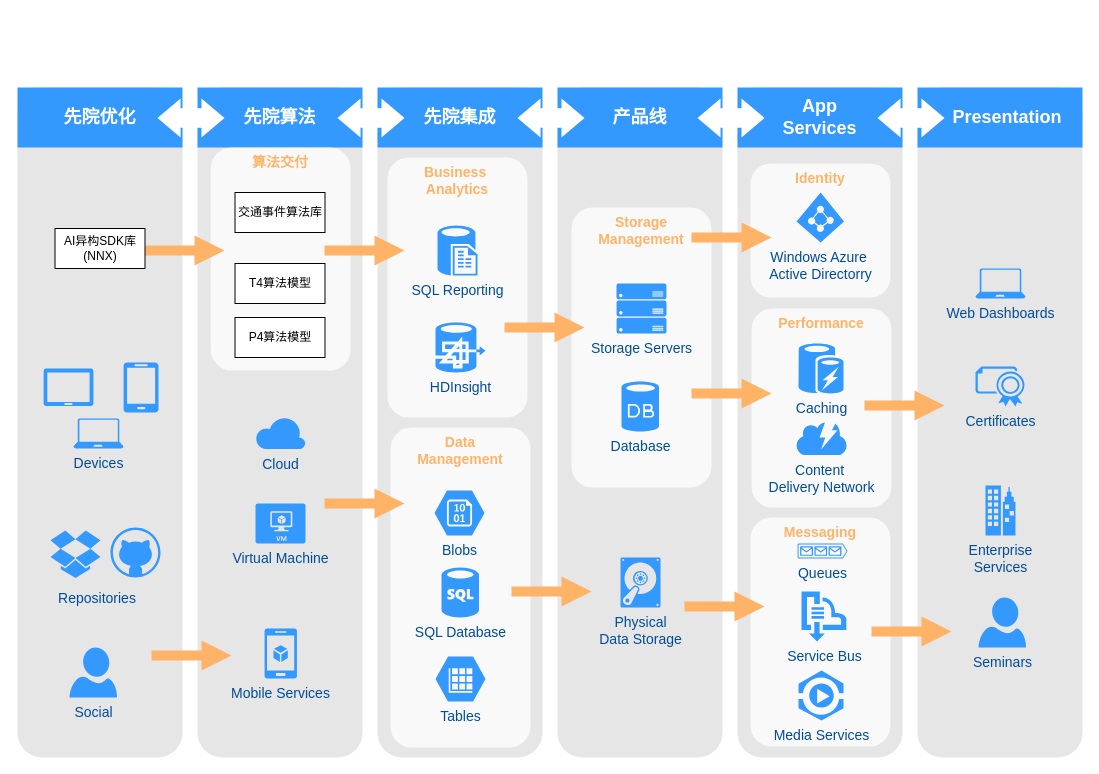
Earlier version of the draw.io diagram zhuanxiang_2.drawio (snowolfhawk/ceph-scripts). Source tidied: cells renumbered, new cells numbered last; positions are measured from the earlier drawing's top-left corner, leaving out a move shared by most shapes. Both pictures are drawn from the tidied source at 100%, with x=0, y=0 at pixel (17, 17).
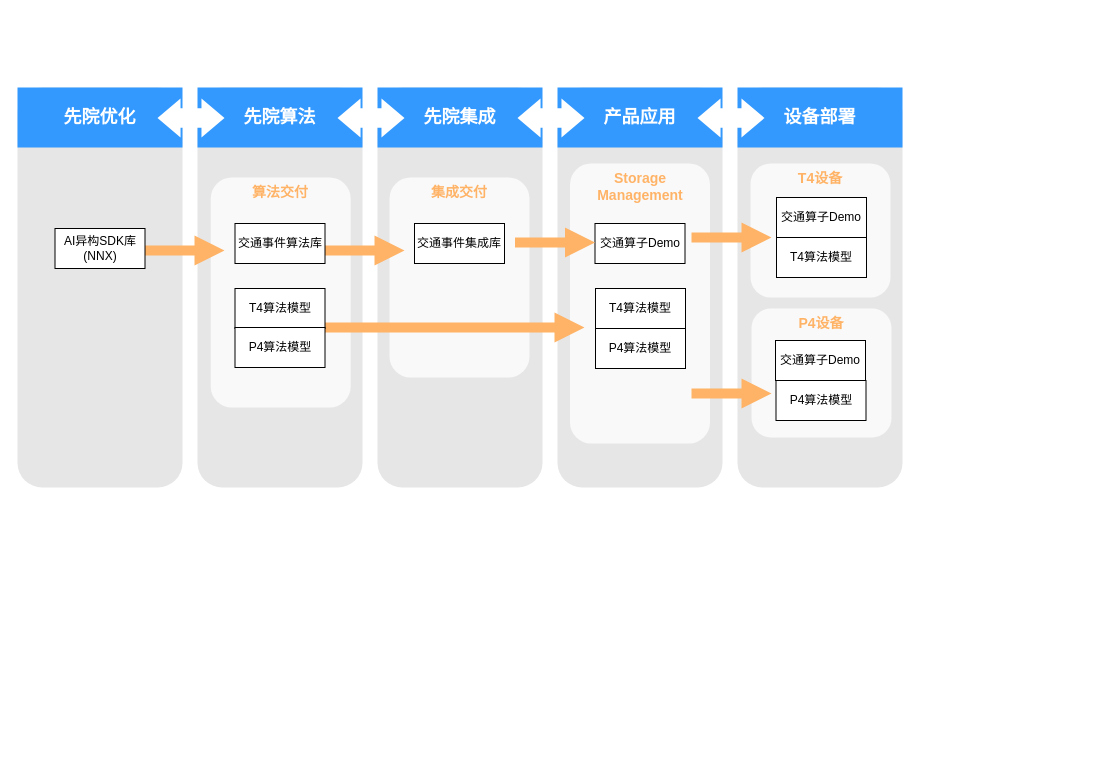
The same page after the edit.

The edit, as a diff of the source:
```diff
@@
+    <mxCell id="4" style="rounded=1;whiteSpace=wrap;html=1;dashed=1;strokeColor=none;strokeWidth=2;fillColor=#E6E6E6;fontFamily=Verdana;fontSize=12;fontColor=#00BEF2;" parent="1" vertex="1">
+      <mxGeometry x="360" y="70" width="165" height="400" as="geometry" />
+    </mxCell>
+    <mxCell id="70" value="集成交付" style="rounded=1;whiteSpace=wrap;html=1;dashed=1;strokeColor=none;strokeWidth=2;fillColor=#FFFFFF;fontFamily=Helvetica;fontSize=14;fontColor=#FFB366;opacity=75;verticalAlign=top;fontStyle=1;" parent="1" vertex="1">
+      <mxGeometry x="372" y="160" width="140" height="200" as="geometry" />
+    </mxCell>
     <mxCell id="2" style="rounded=1;whiteSpace=wrap;html=1;dashed=1;strokeColor=none;strokeWidth=2;fillColor=#E6E6E6;fontFamily=Verdana;fontSize=12;fontColor=#00BEF2;" parent="1" vertex="1">
-      <mxGeometry y="70" width="165" height="670" as="geometry" />
+      <mxGeometry y="70" width="165" height="400" as="geometry" />
     </mxCell>
     <mxCell id="3" style="rounded=1;whiteSpace=wrap;html=1;dashed=1;strokeColor=none;strokeWidth=2;fillColor=#E6E6E6;fontFamily=Verdana;fontSize=12;fontColor=#00BEF2;" parent="1" vertex="1">
-      <mxGeometry x="180" y="70" width="165" height="670" as="geometry" />
+      <mxGeometry x="180" y="70" width="165" height="400" as="geometry" />
     </mxCell>
-    <mxCell id="4" style="rounded=1;whiteSpace=wrap;html=1;dashed=1;strokeColor=none;strokeWidth=2;fillColor=#E6E6E6;fontFamily=Verdana;fontSize=12;fontColor=#00BEF2;" parent="1" vertex="1">
-      <mxGeometry x="360" y="70" width="165" height="670" as="geometry" />
-    </mxCell>
     <mxCell id="5" style="rounded=1;whiteSpace=wrap;html=1;dashed=1;strokeColor=none;strokeWidth=2;fillColor=#E6E6E6;fontFamily=Verdana;fontSize=12;fontColor=#00BEF2;" parent="1" vertex="1">
-      <mxGeometry x="540" y="70" width="165" height="670" as="geometry" />
+      <mxGeometry x="540" y="70" width="165" height="400" as="geometry" />
     </mxCell>
     <mxCell id="6" style="rounded=1;whiteSpace=wrap;html=1;dashed=1;strokeColor=none;strokeWidth=2;fillColor=#E6E6E6;fontFamily=Verdana;fontSize=12;fontColor=#00BEF2;" parent="1" vertex="1">
-      <mxGeometry x="720" y="70" width="165" height="670" as="geometry" />
+      <mxGeometry x="720" y="70" width="165" height="400" as="geometry" />
     </mxCell>
-    <mxCell id="7" style="rounded=1;whiteSpace=wrap;html=1;dashed=1;strokeColor=none;strokeWidth=2;fillColor=#E6E6E6;fontFamily=Verdana;fontSize=12;fontColor=#00BEF2;" parent="1" vertex="1">
-      <mxGeometry x="900" y="70" width="165" height="670" as="geometry" />
-    </mxCell>
@@
-    <mxCell id="11" value="产品线" style="whiteSpace=wrap;html=1;dashed=1;strokeColor=none;strokeWidth=2;fillColor=#3399FF;fontFamily=Helvetica;fontSize=18;fontColor=#FFFFFF;fontStyle=1;" parent="1" vertex="1">
+    <mxCell id="11" value="产品应用" style="whiteSpace=wrap;html=1;dashed=1;strokeColor=none;strokeWidth=2;fillColor=#3399FF;fontFamily=Helvetica;fontSize=18;fontColor=#FFFFFF;fontStyle=1;" parent="1" vertex="1">
       <mxGeometry x="540" y="70" width="165" height="60" as="geometry" />
     </mxCell>
-    <mxCell id="12" value="App&lt;div&gt;Services&lt;/div&gt;" style="whiteSpace=wrap;html=1;dashed=1;strokeColor=none;strokeWidth=2;fillColor=#3399FF;fontFamily=Helvetica;fontSize=18;fontColor=#FFFFFF;fontStyle=1;" parent="1" vertex="1">
+    <mxCell id="12" value="设备部署" style="whiteSpace=wrap;html=1;dashed=1;strokeColor=none;strokeWidth=2;fillColor=#3399FF;fontFamily=Helvetica;fontSize=18;fontColor=#FFFFFF;fontStyle=1;" parent="1" vertex="1">
       <mxGeometry x="720" y="70" width="165" height="60" as="geometry" />
     </mxCell>
-    <mxCell id="13" value="&amp;nbsp; &amp;nbsp;Presentation" style="whiteSpace=wrap;html=1;dashed=1;strokeColor=none;strokeWidth=2;fillColor=#3399FF;fontFamily=Helvetica;fontSize=18;fontColor=#FFFFFF;fontStyle=1;" parent="1" vertex="1">
-      <mxGeometry x="900" y="70" width="165" height="60" as="geometry" />
-    </mxCell>
@@
-    <mxCell id="18" style="shape=mxgraph.arrows.two_way_arrow_horizontal;html=1;verticalLabelPosition=bottom;verticalAlign=top;strokeWidth=2;strokeColor=none;dashed=1;fillColor=#FFFFFF;fontFamily=Verdana;fontSize=12;fontColor=#00BEF2;" parent="1" vertex="1">
-      <mxGeometry x="860" y="81" width="67" height="39" as="geometry" />
-    </mxCell>
-    <mxCell id="19" style="verticalLabelPosition=bottom;html=1;verticalAlign=top;strokeColor=none;fillColor=#3399FF;shape=mxgraph.azure.tablet;dashed=1;fontFamily=Helvetica;fontSize=14;fontColor=#004C99;" parent="1" vertex="1">
-      <mxGeometry x="26" y="351" width="50" height="37.5" as="geometry" />
-    </mxCell>
-    <mxCell id="20" style="verticalLabelPosition=bottom;html=1;verticalAlign=top;strokeColor=none;fillColor=#3399FF;shape=mxgraph.azure.mobile;dashed=1;fontFamily=Helvetica;fontSize=14;fontColor=#004C99;" parent="1" vertex="1">
-      <mxGeometry x="106" y="345" width="35" height="50" as="geometry" />
-    </mxCell>
-    <mxCell id="21" value="Devices" style="verticalLabelPosition=bottom;html=1;verticalAlign=top;strokeColor=none;fillColor=#3399FF;shape=mxgraph.azure.laptop;dashed=1;fontFamily=Helvetica;fontSize=14;fontColor=#004C99;" parent="1" vertex="1">
-      <mxGeometry x="56" y="401" width="50" height="30" as="geometry" />
-    </mxCell>
-    <mxCell id="22" value="Social" style="verticalLabelPosition=bottom;html=1;verticalAlign=top;strokeColor=none;fillColor=#3399FF;shape=mxgraph.azure.user;dashed=1;fontSize=14;fontColor=#004C99;" parent="1" vertex="1">
-      <mxGeometry x="52" y="630" width="47.5" height="50" as="geometry" />
-    </mxCell>
-    <mxCell id="23" style="verticalLabelPosition=bottom;html=1;verticalAlign=top;strokeColor=none;fillColor=#3399FF;shape=mxgraph.azure.github_code;dashed=1;fontSize=14;fontColor=#004C99;" parent="1" vertex="1">
-      <mxGeometry x="93" y="510" width="50" height="50" as="geometry" />
-    </mxCell>
-    <mxCell id="24" style="verticalLabelPosition=bottom;html=1;verticalAlign=top;strokeColor=none;fillColor=#3399FF;shape=mxgraph.azure.dropbox_code_source;dashed=1;fontSize=14;fontColor=#004C99;" parent="1" vertex="1">
-      <mxGeometry x="33" y="513" width="50" height="47.5" as="geometry" />
-    </mxCell>
-    <mxCell id="25" value="Repositories" style="text;html=1;strokeColor=none;fillColor=none;align=center;verticalAlign=middle;whiteSpace=wrap;overflow=hidden;dashed=1;fontSize=14;fontColor=#004C99;" parent="1" vertex="1">
-      <mxGeometry x="20" y="570" width="120" height="20" as="geometry" />
-    </mxCell>
-    <mxCell id="26" value="Mobile Services" style="verticalLabelPosition=bottom;html=1;verticalAlign=top;strokeColor=none;fillColor=#3399FF;shape=mxgraph.azure.mobile_services;dashed=1;fontSize=14;fontColor=#004C99;" parent="1" vertex="1">
-      <mxGeometry x="247" y="611" width="32.5" height="50" as="geometry" />
-    </mxCell>
@@
-    <mxCell id="28" value="Business&amp;nbsp;&lt;div&gt;Analytics&lt;/div&gt;" style="rounded=1;whiteSpace=wrap;html=1;dashed=1;strokeColor=none;strokeWidth=2;fillColor=#FFFFFF;fontFamily=Helvetica;fontSize=14;fontColor=#FFB366;opacity=75;verticalAlign=top;fontStyle=1;" parent="1" vertex="1">
-      <mxGeometry x="370" y="140" width="140" height="260" as="geometry" />
-    </mxCell>
-    <mxCell id="29" value="Data&lt;div&gt;Management&lt;/div&gt;" style="rounded=1;whiteSpace=wrap;html=1;dashed=1;strokeColor=none;strokeWidth=2;fillColor=#FFFFFF;fontFamily=Helvetica;fontSize=14;fontColor=#FFB366;opacity=75;verticalAlign=top;fontStyle=1;" parent="1" vertex="1">
-      <mxGeometry x="373" y="410" width="140" height="320" as="geometry" />
-    </mxCell>
-    <mxCell id="30" value="SQL Reporting" style="verticalLabelPosition=bottom;html=1;verticalAlign=top;strokeColor=none;fillColor=#3399FF;shape=mxgraph.azure.sql_reporting;dashed=1;fontSize=14;fontColor=#004C99;" parent="1" vertex="1">
-      <mxGeometry x="420" y="208" width="40" height="50" as="geometry" />
-    </mxCell>
-    <mxCell id="31" value="HDInsight" style="verticalLabelPosition=bottom;html=1;verticalAlign=top;strokeColor=none;fillColor=#3399FF;shape=mxgraph.azure.hdinsight;dashed=1;fontSize=14;fontColor=#004C99;" parent="1" vertex="1">
-      <mxGeometry x="418" y="305" width="50" height="50" as="geometry" />
-    </mxCell>
-    <mxCell id="32" value="SQL Database" style="verticalLabelPosition=bottom;html=1;verticalAlign=top;strokeColor=none;fillColor=#3399FF;shape=mxgraph.azure.sql_database;dashed=1;fontFamily=Helvetica;fontSize=14;fontColor=#004C99;" parent="1" vertex="1">
-      <mxGeometry x="424" y="550" width="37.5" height="50" as="geometry" />
-    </mxCell>
-    <mxCell id="33" value="Tables" style="verticalLabelPosition=bottom;html=1;verticalAlign=top;strokeColor=none;fillColor=#3399FF;shape=mxgraph.azure.storage_table;dashed=1;fontFamily=Helvetica;fontSize=14;fontColor=#004C99;" parent="1" vertex="1">
-      <mxGeometry x="418" y="639" width="50" height="45" as="geometry" />
-    </mxCell>
-    <mxCell id="34" value="Blobs" style="verticalLabelPosition=bottom;html=1;verticalAlign=top;strokeColor=none;fillColor=#3399FF;shape=mxgraph.azure.storage_blob;dashed=1;fontFamily=Helvetica;fontSize=14;fontColor=#004C99;" parent="1" vertex="1">
-      <mxGeometry x="417" y="473" width="50" height="45" as="geometry" />
-    </mxCell>
     <mxCell id="35" value="Storage Management" style="rounded=1;whiteSpace=wrap;html=1;dashed=1;strokeColor=none;strokeWidth=2;fillColor=#FFFFFF;fontFamily=Helvetica;fontSize=14;fontColor=#FFB366;opacity=75;verticalAlign=top;fontStyle=1;" parent="1" vertex="1">
-      <mxGeometry x="554" y="190" width="140" height="280" as="geometry" />
+      <mxGeometry x="552.5" y="146" width="140" height="280" as="geometry" />
     </mxCell>
-    <mxCell id="36" value="Storage Servers" style="verticalLabelPosition=bottom;html=1;verticalAlign=top;strokeColor=none;fillColor=#3399FF;shape=mxgraph.azure.server_rack;dashed=1;fontFamily=Helvetica;fontSize=14;fontColor=#004C99;" parent="1" vertex="1">
-      <mxGeometry x="599" y="266" width="50" height="50" as="geometry" />
-    </mxCell>
-    <mxCell id="37" value="Database" style="verticalLabelPosition=bottom;html=1;verticalAlign=top;strokeColor=none;fillColor=#3399FF;shape=mxgraph.azure.database;dashed=1;fontFamily=Helvetica;fontSize=14;fontColor=#004C99;" parent="1" vertex="1">
-      <mxGeometry x="604" y="364" width="37.5" height="50" as="geometry" />
-    </mxCell>
-    <mxCell id="38" value="Physical&lt;div&gt;Data Storage&lt;/div&gt;" style="verticalLabelPosition=bottom;html=1;verticalAlign=top;strokeColor=none;fillColor=#3399FF;shape=mxgraph.azure.vhd;dashed=1;fontFamily=Helvetica;fontSize=14;fontColor=#004C99;" parent="1" vertex="1">
-      <mxGeometry x="603" y="540" width="40" height="50" as="geometry" />
-    </mxCell>
-    <mxCell id="39" value="Identity" style="rounded=1;whiteSpace=wrap;html=1;dashed=1;strokeColor=none;strokeWidth=2;fillColor=#FFFFFF;fontFamily=Helvetica;fontSize=14;fontColor=#FFB366;opacity=75;verticalAlign=top;fontStyle=1;" parent="1" vertex="1">
+    <mxCell id="39" value="T4设备" style="rounded=1;whiteSpace=wrap;html=1;dashed=1;strokeColor=none;strokeWidth=2;fillColor=#FFFFFF;fontFamily=Helvetica;fontSize=14;fontColor=#FFB366;opacity=75;verticalAlign=top;fontStyle=1;" parent="1" vertex="1">
       <mxGeometry x="733" y="146" width="140" height="134" as="geometry" />
     </mxCell>
-    <mxCell id="40" value="Windows Azure&amp;nbsp;&lt;div&gt;Active Directorry&lt;/div&gt;" style="verticalLabelPosition=bottom;html=1;verticalAlign=top;strokeColor=none;fillColor=#3399FF;shape=mxgraph.azure.azure_active_directory;dashed=1;fontFamily=Helvetica;fontSize=14;fontColor=#004C99;" parent="1" vertex="1">
-      <mxGeometry x="779" y="175" width="47.5" height="50" as="geometry" />
-    </mxCell>
-    <mxCell id="41" value="Performance" style="rounded=1;whiteSpace=wrap;html=1;dashed=1;strokeColor=none;strokeWidth=2;fillColor=#FFFFFF;fontFamily=Helvetica;fontSize=14;fontColor=#FFB366;opacity=75;verticalAlign=top;fontStyle=1;" parent="1" vertex="1">
-      <mxGeometry x="734" y="291" width="140" height="199" as="geometry" />
+    <mxCell id="41" value="P4设备" style="rounded=1;whiteSpace=wrap;html=1;dashed=1;strokeColor=none;strokeWidth=2;fillColor=#FFFFFF;fontFamily=Helvetica;fontSize=14;fontColor=#FFB366;opacity=75;verticalAlign=top;fontStyle=1;" parent="1" vertex="1">
+      <mxGeometry x="734" y="291" width="140" height="129" as="geometry" />
     </mxCell>
-    <mxCell id="42" value="Caching" style="verticalLabelPosition=bottom;html=1;verticalAlign=top;strokeColor=none;fillColor=#3399FF;shape=mxgraph.azure.azure_cache;dashed=1;fontFamily=Helvetica;fontSize=14;fontColor=#004C99;" parent="1" vertex="1">
-      <mxGeometry x="781" y="326" width="45" height="50" as="geometry" />
-    </mxCell>
-    <mxCell id="43" value="Content&amp;nbsp;&lt;div&gt;Delivery Network&lt;/div&gt;" style="verticalLabelPosition=bottom;html=1;verticalAlign=top;strokeColor=none;fillColor=#3399FF;shape=mxgraph.azure.content_delivery_network;dashed=1;fontFamily=Helvetica;fontSize=14;fontColor=#004C99;" parent="1" vertex="1">
-      <mxGeometry x="779" y="405" width="50" height="32.5" as="geometry" />
-    </mxCell>
-    <mxCell id="44" value="Messaging" style="rounded=1;whiteSpace=wrap;html=1;dashed=1;strokeColor=none;strokeWidth=2;fillColor=#FFFFFF;fontFamily=Helvetica;fontSize=14;fontColor=#FFB366;opacity=75;verticalAlign=top;fontStyle=1;" parent="1" vertex="1">
-      <mxGeometry x="733" y="500" width="140" height="229" as="geometry" />
-    </mxCell>
-    <mxCell id="45" value="Queues" style="verticalLabelPosition=bottom;html=1;verticalAlign=top;strokeColor=none;fillColor=#3399FF;shape=mxgraph.azure.queue_generic;dashed=1;fontFamily=Helvetica;fontSize=14;fontColor=#004C99;" parent="1" vertex="1">
-      <mxGeometry x="780" y="526" width="50" height="15" as="geometry" />
-    </mxCell>
-    <mxCell id="46" value="Service Bus" style="verticalLabelPosition=bottom;html=1;verticalAlign=top;strokeColor=none;fillColor=#3399FF;shape=mxgraph.azure.service_bus;dashed=1;fontFamily=Helvetica;fontSize=14;fontColor=#004C99;" parent="1" vertex="1">
-      <mxGeometry x="784" y="574" width="45" height="50" as="geometry" />
-    </mxCell>
-    <mxCell id="47" value="Media Services" style="verticalLabelPosition=bottom;html=1;verticalAlign=top;strokeColor=none;fillColor=#3399FF;shape=mxgraph.azure.media_service;dashed=1;fontFamily=Helvetica;fontSize=14;fontColor=#004C99;" parent="1" vertex="1">
-      <mxGeometry x="781" y="653" width="45" height="50" as="geometry" />
-    </mxCell>
     <mxCell id="48" value="算法交付" style="rounded=1;whiteSpace=wrap;html=1;dashed=1;strokeColor=none;strokeWidth=2;fillColor=#FFFFFF;fontFamily=Helvetica;fontSize=14;fontColor=#FFB366;opacity=75;verticalAlign=top;fontStyle=1;" parent="1" vertex="1">
-      <mxGeometry x="193.2" y="130" width="140" height="223" as="geometry" />
+      <mxGeometry x="193.2" y="160" width="140" height="230" as="geometry" />
     </mxCell>
-    <mxCell id="49" value="Cloud" style="verticalLabelPosition=bottom;html=1;verticalAlign=top;strokeColor=none;fillColor=#3399FF;shape=mxgraph.azure.cloud;dashed=1;fontSize=14;fontColor=#004C99;" parent="1" vertex="1">
-      <mxGeometry x="238" y="399" width="50" height="32.5" as="geometry" />
-    </mxCell>
-    <mxCell id="50" value="Virtual Machine" style="verticalLabelPosition=bottom;html=1;verticalAlign=top;strokeColor=none;fillColor=#3399FF;shape=mxgraph.azure.virtual_machine;dashed=1;fontSize=14;fontColor=#004C99;" parent="1" vertex="1">
-      <mxGeometry x="238" y="486" width="50" height="40" as="geometry" />
-    </mxCell>
-    <mxCell id="51" value="Web Dashboards" style="verticalLabelPosition=bottom;html=1;verticalAlign=top;strokeColor=none;fillColor=#3399FF;shape=mxgraph.azure.laptop;dashed=1;fontFamily=Helvetica;fontSize=14;fontColor=#004C99;" parent="1" vertex="1">
-      <mxGeometry x="958" y="251" width="50" height="30" as="geometry" />
-    </mxCell>
-    <mxCell id="52" value="Certificates" style="verticalLabelPosition=bottom;html=1;verticalAlign=top;strokeColor=none;fillColor=#3399FF;shape=mxgraph.azure.certificate;dashed=1;fontFamily=Helvetica;fontSize=14;fontColor=#004C99;" parent="1" vertex="1">
-      <mxGeometry x="958" y="349" width="50" height="40" as="geometry" />
-    </mxCell>
-    <mxCell id="53" value="Enterprise&lt;div&gt;Services&lt;/div&gt;" style="verticalLabelPosition=bottom;html=1;verticalAlign=top;strokeColor=none;fillColor=#3399FF;shape=mxgraph.azure.enterprise;dashed=1;fontFamily=Helvetica;fontSize=14;fontColor=#004C99;" parent="1" vertex="1">
-      <mxGeometry x="968" y="468" width="30" height="50" as="geometry" />
-    </mxCell>
-    <mxCell id="54" value="Seminars" style="verticalLabelPosition=bottom;html=1;verticalAlign=top;strokeColor=none;fillColor=#3399FF;shape=mxgraph.azure.user;dashed=1;fontFamily=Helvetica;fontSize=14;fontColor=#004C99;" parent="1" vertex="1">
-      <mxGeometry x="961" y="580" width="47.5" height="50" as="geometry" />
-    </mxCell>
@@
-    <mxCell id="57" style="arrow;html=1;endArrow=block;endFill=1;strokeColor=none;strokeWidth=4;fontFamily=Helvetica;fontSize=36;fontColor=#FFB366;fillColor=#FFB366;" parent="1" edge="1">
+    <mxCell id="57" style="arrow;html=1;endArrow=block;endFill=1;strokeColor=none;strokeWidth=4;fontFamily=Helvetica;fontSize=36;fontColor=#FFB366;fillColor=#FFB366;exitX=1;exitY=0;exitDx=0;exitDy=0;" parent="1" edge="1" source="69">
       <mxGeometry relative="1" as="geometry">
-        <mxPoint x="487" y="310" as="sourcePoint" />
         <mxPoint x="567" y="310" as="targetPoint" />
       </mxGeometry>
     </mxCell>
@@
-    <mxCell id="60" style="arrow;html=1;endArrow=block;endFill=1;strokeColor=none;strokeWidth=4;fontFamily=Helvetica;fontSize=36;fontColor=#FFB366;fillColor=#FFB366;" parent="1" edge="1">
-      <mxGeometry relative="1" as="geometry">
-        <mxPoint x="847" y="388" as="sourcePoint" />
-        <mxPoint x="927" y="388" as="targetPoint" />
-      </mxGeometry>
-    </mxCell>
-    <mxCell id="61" style="arrow;html=1;endArrow=block;endFill=1;strokeColor=none;strokeWidth=4;fontFamily=Helvetica;fontSize=36;fontColor=#FFB366;fillColor=#FFB366;" parent="1" edge="1">
-      <mxGeometry relative="1" as="geometry">
-        <mxPoint x="854" y="614" as="sourcePoint" />
-        <mxPoint x="934" y="614" as="targetPoint" />
-      </mxGeometry>
-    </mxCell>
-    <mxCell id="62" style="arrow;html=1;endArrow=block;endFill=1;strokeColor=none;strokeWidth=4;fontFamily=Helvetica;fontSize=36;fontColor=#FFB366;fillColor=#FFB366;" parent="1" edge="1">
-      <mxGeometry relative="1" as="geometry">
-        <mxPoint x="667" y="589" as="sourcePoint" />
-        <mxPoint x="747" y="589" as="targetPoint" />
-      </mxGeometry>
-    </mxCell>
-    <mxCell id="63" style="arrow;html=1;endArrow=block;endFill=1;strokeColor=none;strokeWidth=4;fontFamily=Helvetica;fontSize=36;fontColor=#FFB366;fillColor=#FFB366;" parent="1" edge="1">
-      <mxGeometry relative="1" as="geometry">
-        <mxPoint x="494" y="574" as="sourcePoint" />
-        <mxPoint x="574" y="574" as="targetPoint" />
-      </mxGeometry>
-    </mxCell>
-    <mxCell id="64" style="arrow;html=1;endArrow=block;endFill=1;strokeColor=none;strokeWidth=4;fontFamily=Helvetica;fontSize=36;fontColor=#FFB366;fillColor=#FFB366;" parent="1" edge="1">
-      <mxGeometry relative="1" as="geometry">
-        <mxPoint x="307" y="486" as="sourcePoint" />
-        <mxPoint x="387" y="486" as="targetPoint" />
-      </mxGeometry>
-    </mxCell>
-    <mxCell id="65" style="arrow;html=1;endArrow=block;endFill=1;strokeColor=none;strokeWidth=4;fontFamily=Helvetica;fontSize=36;fontColor=#FFB366;fillColor=#FFB366;" parent="1" edge="1">
-      <mxGeometry relative="1" as="geometry">
-        <mxPoint x="134" y="638" as="sourcePoint" />
-        <mxPoint x="214" y="638" as="targetPoint" />
-      </mxGeometry>
-    </mxCell>
@@
     <mxCell id="67" value="交通事件算法库" style="rounded=0;whiteSpace=wrap;html=1;" parent="1" vertex="1">
-      <mxGeometry x="217.5" y="175" width="90" height="40" as="geometry" />
+      <mxGeometry x="217.5" y="206" width="90" height="40" as="geometry" />
     </mxCell>
     <mxCell id="68" value="T4算法模型" style="rounded=0;whiteSpace=wrap;html=1;" parent="1" vertex="1">
-      <mxGeometry x="217.5" y="246" width="90" height="40" as="geometry" />
+      <mxGeometry x="217.5" y="271" width="90" height="40" as="geometry" />
     </mxCell>
     <mxCell id="69" value="P4算法模型" style="rounded=0;whiteSpace=wrap;html=1;" parent="1" vertex="1">
-      <mxGeometry x="217.5" y="300" width="90" height="40" as="geometry" />
+      <mxGeometry x="217.5" y="310" width="90" height="40" as="geometry" />
     </mxCell>
+    <mxCell id="71" value="交通事件集成库" style="rounded=0;whiteSpace=wrap;html=1;" parent="1" vertex="1">
+      <mxGeometry x="397" y="206" width="90" height="40" as="geometry" />
+    </mxCell>
+    <mxCell id="72" value="P4算法模型" style="rounded=0;whiteSpace=wrap;html=1;" parent="1" vertex="1">
+      <mxGeometry x="578" y="311" width="90" height="40" as="geometry" />
+    </mxCell>
+    <mxCell id="73" value="交通算子Demo" style="rounded=0;whiteSpace=wrap;html=1;" parent="1" vertex="1">
+      <mxGeometry x="577.5" y="206" width="90" height="40" as="geometry" />
+    </mxCell>
+    <mxCell id="74" value="T4算法模型" style="rounded=0;whiteSpace=wrap;html=1;" parent="1" vertex="1">
+      <mxGeometry x="578" y="271" width="90" height="40" as="geometry" />
+    </mxCell>
+    <mxCell id="75" style="arrow;html=1;endArrow=block;endFill=1;strokeColor=none;strokeWidth=4;fontFamily=Helvetica;fontSize=36;fontColor=#FFB366;fillColor=#FFB366;opacity=100;" parent="1" edge="1">
+      <mxGeometry relative="1" as="geometry">
+        <mxPoint x="497.5" y="225" as="sourcePoint" />
+        <mxPoint x="577.5" y="225" as="targetPoint" />
+      </mxGeometry>
+    </mxCell>
+    <mxCell id="76" value="交通算子Demo" style="rounded=0;whiteSpace=wrap;html=1;" parent="1" vertex="1">
+      <mxGeometry x="759" y="180" width="90" height="40" as="geometry" />
+    </mxCell>
+    <mxCell id="77" value="T4算法模型" style="rounded=0;whiteSpace=wrap;html=1;" parent="1" vertex="1">
+      <mxGeometry x="759" y="220" width="90" height="40" as="geometry" />
+    </mxCell>
+    <mxCell id="78" value="交通算子Demo" style="rounded=0;whiteSpace=wrap;html=1;" parent="1" vertex="1">
+      <mxGeometry x="758" y="323" width="90" height="40" as="geometry" />
+    </mxCell>
+    <mxCell id="79" value="P4算法模型" style="rounded=0;whiteSpace=wrap;html=1;" parent="1" vertex="1">
+      <mxGeometry x="758.5" y="363" width="90" height="40" as="geometry" />
+    </mxCell>
```
